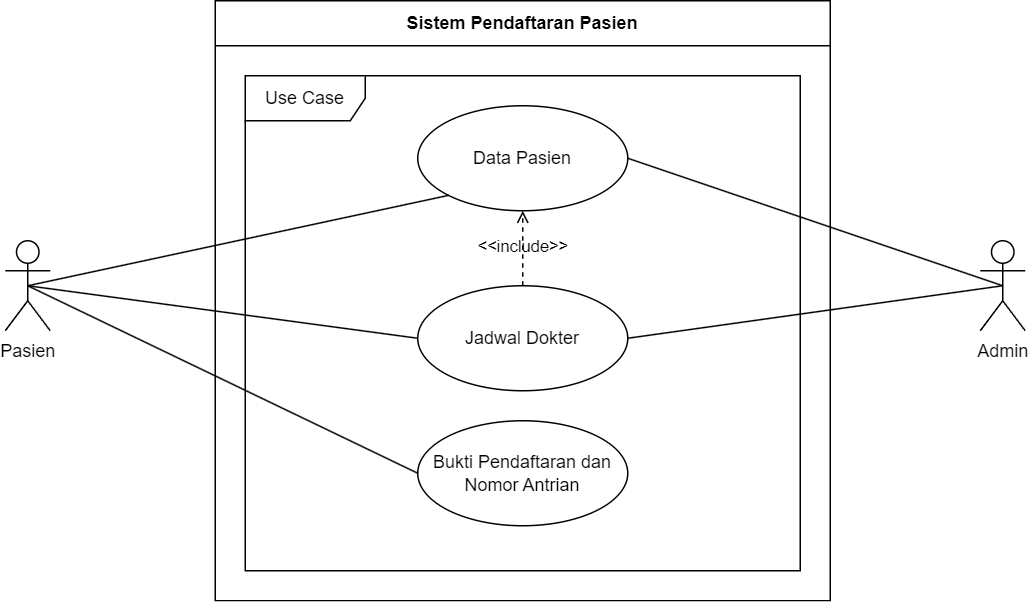
Above: Flowchart KlinikGo-Use Case.drawio.png in riotryulianto/PBI-system-analyst (draw.io), before the change. Source tidied: cells renumbered, new cells last; positions are measured from the earlier drawing's top-left corner, leaving out a move shared by most shapes.
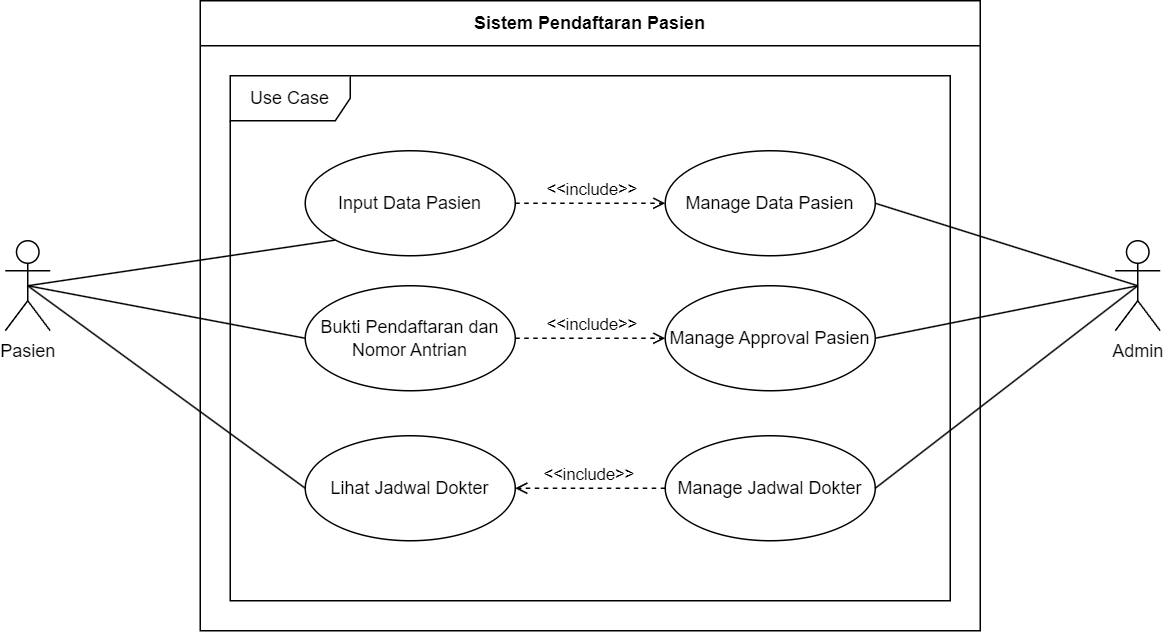
Above is the later version.

The edit, as a diff of the source:
```diff
@@ -3,45 +3,63 @@
     <mxCell id="0" />
     <mxCell id="1" parent="0" />
     <mxCell id="2" value="Pasien" style="shape=umlActor;verticalLabelPosition=bottom;verticalAlign=top;html=1;" parent="1" vertex="1">
-      <mxGeometry y="160" width="30" height="60" as="geometry" />
+      <mxGeometry x="-52" y="314" width="30" height="60" as="geometry" />
     </mxCell>
     <mxCell id="3" value="Admin" style="shape=umlActor;verticalLabelPosition=bottom;verticalAlign=top;html=1;outlineConnect=0;" parent="1" vertex="1">
-      <mxGeometry x="650" y="160" width="30" height="60" as="geometry" />
+      <mxGeometry x="688" y="314" width="30" height="60" as="geometry" />
     </mxCell>
     <mxCell id="4" value="Sistem Pendaftaran Pasien" style="swimlane;fontStyle=1;align=center;horizontal=1;startSize=30;html=1;whiteSpace=wrap;" parent="1" vertex="1">
-      <mxGeometry x="140" width="410" height="400" as="geometry" />
+      <mxGeometry x="78" y="154" width="520" height="420" as="geometry" />
     </mxCell>
     <mxCell id="5" value="Use Case" style="shape=umlFrame;whiteSpace=wrap;html=1;width=80;" parent="4" vertex="1">
-      <mxGeometry width="370" height="330" relative="1" as="geometry">
+      <mxGeometry width="480" height="350" relative="1" as="geometry">
         <mxPoint x="20" y="50" as="offset" />
       </mxGeometry>
     </mxCell>
-    <mxCell id="6" value="Data Pasien" style="ellipse;whiteSpace=wrap;html=1;" parent="5" vertex="1">
-      <mxGeometry x="115" y="20" width="140" height="70" as="geometry" />
+    <mxCell id="6" value="Input Data Pasien" style="ellipse;whiteSpace=wrap;html=1;" parent="5" vertex="1">
+      <mxGeometry x="50" y="50" width="140" height="70" as="geometry" />
     </mxCell>
     <mxCell id="7" value="Bukti Pendaftaran dan Nomor Antrian" style="ellipse;whiteSpace=wrap;html=1;" parent="5" vertex="1">
-      <mxGeometry x="115" y="230" width="140" height="70" as="geometry" />
+      <mxGeometry x="50" y="140" width="140" height="70" as="geometry" />
     </mxCell>
-    <mxCell id="8" value="&amp;lt;&amp;lt;include&amp;gt;&amp;gt;" style="edgeStyle=none;html=1;endArrow=open;verticalAlign=bottom;dashed=1;labelBackgroundColor=none;rounded=0;entryX=0.5;entryY=1;entryDx=0;entryDy=0;exitX=0.5;exitY=0;exitDx=0;exitDy=0;" parent="5" edge="1" source="9" target="6">
-      <mxGeometry x="-0.33" relative="1" as="geometry" />
-    </mxCell>
+    <mxCell id="15" value="Manage Data Pasien" style="ellipse;whiteSpace=wrap;html=1;" parent="5" vertex="1">
+      <mxGeometry x="290" y="50" width="140" height="70" as="geometry" />
+    </mxCell>
+    <mxCell id="16" value="Manage Approval Pasien" style="ellipse;whiteSpace=wrap;html=1;" parent="5" vertex="1">
+      <mxGeometry x="290" y="140" width="140" height="70" as="geometry" />
+    </mxCell>
+    <mxCell id="17" value="Manage Jadwal Dokter" style="ellipse;whiteSpace=wrap;html=1;" parent="5" vertex="1">
+      <mxGeometry x="290" y="240" width="140" height="70" as="geometry" />
+    </mxCell>
+    <mxCell id="18" value="&amp;lt;&amp;lt;include&amp;gt;&amp;gt;" style="edgeStyle=none;html=1;endArrow=open;verticalAlign=bottom;dashed=1;labelBackgroundColor=none;rounded=0;exitX=0;exitY=0.5;exitDx=0;exitDy=0;entryX=1;entryY=0.5;entryDx=0;entryDy=0;" parent="5" edge="1" source="17" target="9">
+      <mxGeometry relative="1" as="geometry" />
+    </mxCell>
-    <mxCell id="9" value="Jadwal Dokter" style="ellipse;whiteSpace=wrap;html=1;" parent="5" vertex="1">
-      <mxGeometry x="115" y="140" width="140" height="70" as="geometry" />
+    <mxCell id="9" value="Lihat Jadwal Dokter" style="ellipse;whiteSpace=wrap;html=1;" parent="5" vertex="1">
+      <mxGeometry x="50" y="240" width="140" height="70" as="geometry" />
     </mxCell>
+    <mxCell id="19" value="&amp;lt;&amp;lt;include&amp;gt;&amp;gt;" style="edgeStyle=none;html=1;endArrow=open;verticalAlign=bottom;dashed=1;labelBackgroundColor=none;rounded=0;entryX=0;entryY=0.5;entryDx=0;entryDy=0;exitX=1;exitY=0.5;exitDx=0;exitDy=0;" parent="5" edge="1" source="7" target="16">
+      <mxGeometry relative="1" as="geometry" />
+    </mxCell>
+    <mxCell id="20" value="&amp;lt;&amp;lt;include&amp;gt;&amp;gt;" style="edgeStyle=none;html=1;endArrow=open;verticalAlign=bottom;dashed=1;labelBackgroundColor=none;rounded=0;entryX=0;entryY=0.5;entryDx=0;entryDy=0;exitX=1;exitY=0.5;exitDx=0;exitDy=0;" parent="5" edge="1" source="6" target="15">
+      <mxGeometry relative="1" as="geometry" />
+    </mxCell>
     <mxCell id="10" style="edgeStyle=none;html=1;endArrow=none;verticalAlign=bottom;rounded=0;entryX=0;entryY=1;entryDx=0;entryDy=0;exitX=0.5;exitY=0.5;exitDx=0;exitDy=0;exitPerimeter=0;" parent="1" edge="1" source="2" target="6">
       <mxGeometry relative="1" as="geometry" />
     </mxCell>
     <mxCell id="11" style="edgeStyle=none;html=1;endArrow=none;verticalAlign=bottom;rounded=0;exitX=0.5;exitY=0.5;exitDx=0;exitDy=0;exitPerimeter=0;entryX=0;entryY=0.5;entryDx=0;entryDy=0;" parent="1" edge="1" source="2" target="9">
       <mxGeometry relative="1" as="geometry" />
     </mxCell>
-    <mxCell id="12" style="edgeStyle=none;html=1;endArrow=none;verticalAlign=bottom;rounded=0;exitX=1;exitY=0.5;exitDx=0;exitDy=0;entryX=0.5;entryY=0.5;entryDx=0;entryDy=0;entryPerimeter=0;" parent="1" edge="1" source="6" target="3">
+    <mxCell id="12" style="edgeStyle=none;html=1;endArrow=none;verticalAlign=bottom;rounded=0;entryX=0.5;entryY=0.5;entryDx=0;entryDy=0;entryPerimeter=0;exitX=1;exitY=0.5;exitDx=0;exitDy=0;" parent="1" edge="1" source="15" target="3">
       <mxGeometry relative="1" as="geometry" />
     </mxCell>
-    <mxCell id="13" style="endArrow=none;html=1;rounded=0;entryX=0.5;entryY=0.5;entryDx=0;entryDy=0;entryPerimeter=0;exitX=1;exitY=0.5;exitDx=0;exitDy=0;" parent="1" edge="1" source="9" target="3">
+    <mxCell id="13" style="endArrow=none;html=1;rounded=0;entryX=0.5;entryY=0.5;entryDx=0;entryDy=0;entryPerimeter=0;exitX=1;exitY=0.5;exitDx=0;exitDy=0;" parent="1" edge="1" source="17" target="3">
       <mxGeometry relative="1" as="geometry" />
     </mxCell>
     <mxCell id="14" style="endArrow=none;html=1;rounded=0;entryX=0;entryY=0.5;entryDx=0;entryDy=0;exitX=0.5;exitY=0.5;exitDx=0;exitDy=0;exitPerimeter=0;" parent="1" edge="1" source="2" target="7">
       <mxGeometry relative="1" as="geometry" />
     </mxCell>
+    <mxCell id="21" style="endArrow=none;html=1;rounded=0;exitX=1;exitY=0.5;exitDx=0;exitDy=0;entryX=0.5;entryY=0.5;entryDx=0;entryDy=0;entryPerimeter=0;" parent="1" edge="1" source="16" target="3">
+      <mxGeometry relative="1" as="geometry" />
+    </mxCell>
   </root>
 </mxGraphModel>
```
